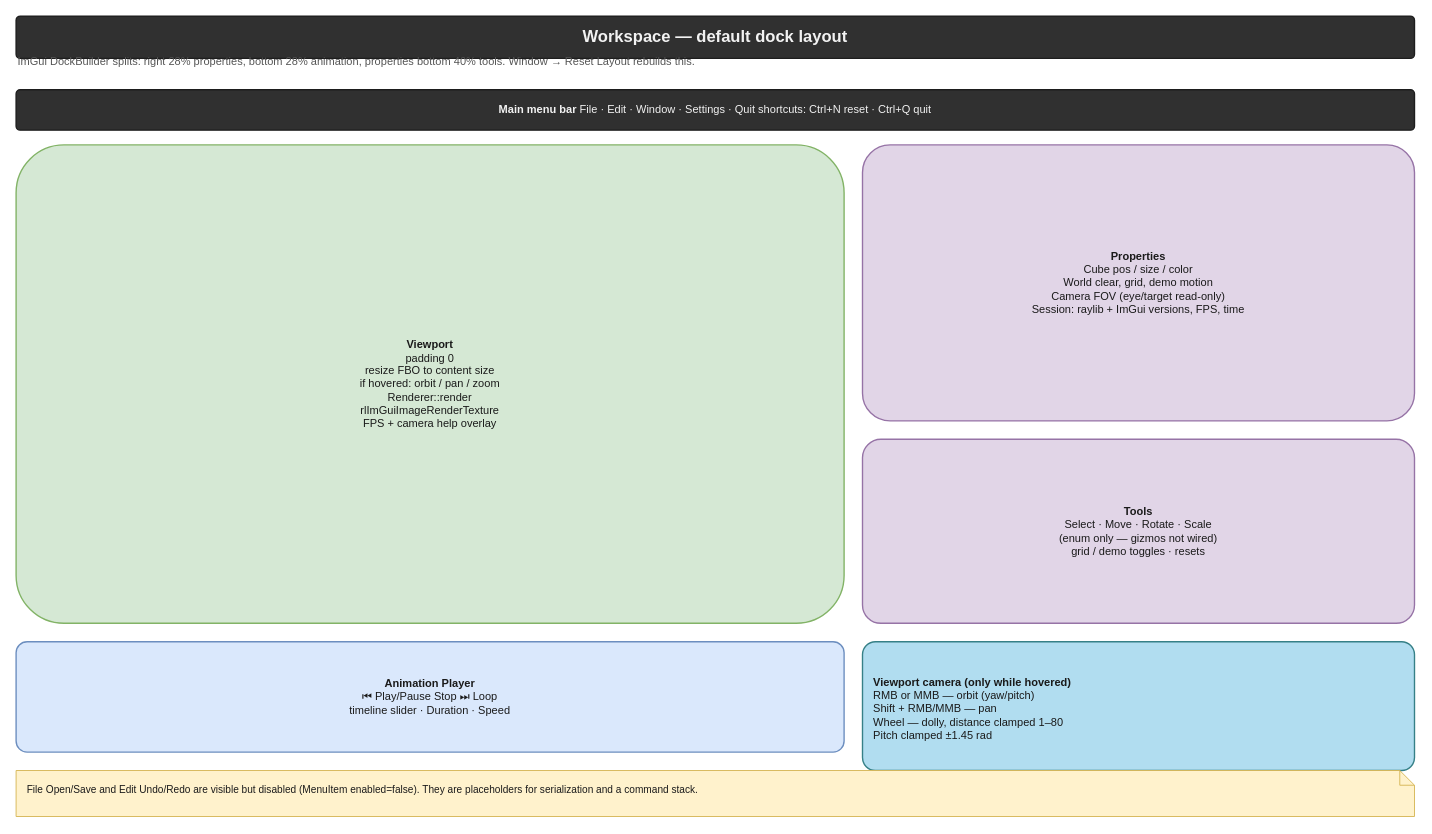
This is page "Workspace UI" (3 of 4) of docs/diagrams/02-runtime-loop.drawio from JCKawin/Open-PhysX, a draw.io file, before an edit. Source tidied: cells renumbered, new cells numbered last; positions are measured from the earlier drawing's top-left corner, leaving out a move shared by most shapes. Both pictures are drawn from the tidied source at 92%, with x=0, y=0 at pixel (16, 16).
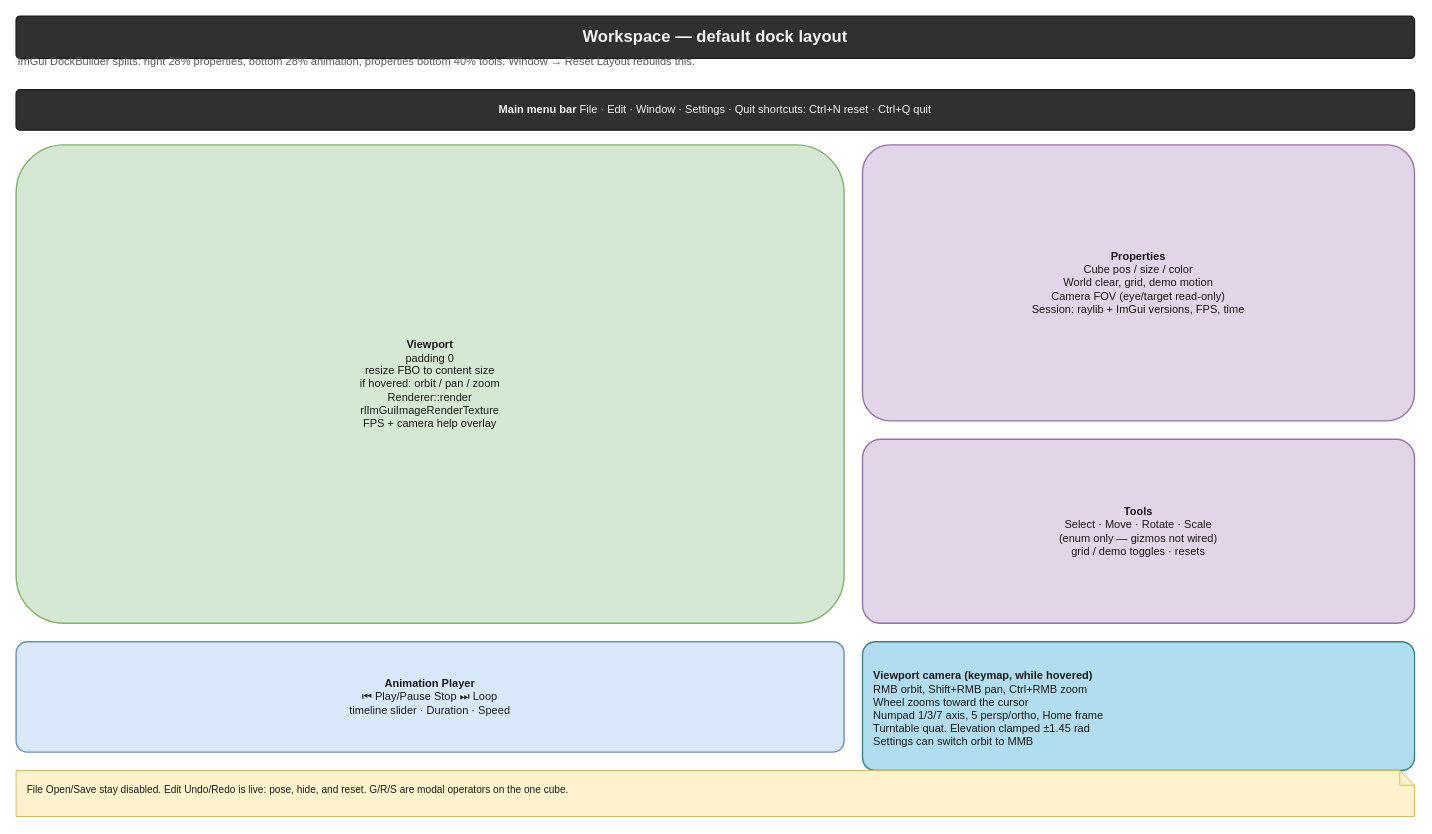
The same page after the edit.

Diff of the diagram source:
```diff
@@
 <mxGraphModel>
   <root>
     <mxCell id="0" />
     <mxCell id="1" parent="0" />
     <mxCell id="2" value="&lt;b&gt;Workspace — default dock layout&lt;/b&gt;" style="rounded=1;whiteSpace=wrap;html=1;align=center;verticalAlign=middle;fontFamily=Helvetica;fontSize=12;fontColor=#1A1A1A;strokeWidth=1.5;arcSize=10;fillColor=#303030;strokeColor=#1D1D1D;fontColor=#F2F2F2;fontSize=18;fontStyle=1;" parent="1" vertex="1">
       <mxGeometry width="1520" height="46" as="geometry" />
     </mxCell>
     <mxCell id="3" value="ImGui DockBuilder splits: right 28% properties, bottom 28% animation, properties bottom 40% tools. Window → Reset Layout rebuilds this." style="text;html=1;strokeColor=none;fillColor=none;align=left;verticalAlign=middle;fontFamily=Helvetica;fontSize=12;fontColor=#555555;" parent="1" vertex="1">
       <mxGeometry y="36" width="1520" height="28" as="geometry" />
     </mxCell>
     <mxCell id="4" value="&lt;b&gt;Main menu bar&lt;/b&gt;   File · Edit · Window · Settings · Quit     shortcuts: Ctrl+N reset · Ctrl+Q quit" style="rounded=1;whiteSpace=wrap;html=1;align=center;verticalAlign=middle;fontFamily=Helvetica;fontSize=12;fontColor=#1A1A1A;strokeWidth=1.5;arcSize=10;fillColor=#303030;strokeColor=#1D1D1D;fontColor=#F2F2F2;" parent="1" vertex="1">
       <mxGeometry y="80" width="1520" height="44" as="geometry" />
     </mxCell>
     <mxCell id="5" value="&lt;b&gt;Viewport&lt;/b&gt;&lt;br&gt;padding 0&lt;br&gt;resize FBO to content size&lt;br&gt;if hovered: orbit / pan / zoom&lt;br&gt;Renderer::render&lt;br&gt;rlImGuiImageRenderTexture&lt;br&gt;FPS + camera help overlay" style="rounded=1;whiteSpace=wrap;html=1;align=center;verticalAlign=middle;fontFamily=Helvetica;fontSize=12;fontColor=#1A1A1A;strokeWidth=1.5;arcSize=10;fillColor=#D5E8D4;strokeColor=#82B366;" parent="1" vertex="1">
       <mxGeometry y="140" width="900" height="520" as="geometry" />
     </mxCell>
     <mxCell id="6" value="&lt;b&gt;Properties&lt;/b&gt;&lt;br&gt;Cube pos / size / color&lt;br&gt;World clear, grid, demo motion&lt;br&gt;Camera FOV (eye/target read-only)&lt;br&gt;Session: raylib + ImGui versions, FPS, time" style="rounded=1;whiteSpace=wrap;html=1;align=center;verticalAlign=middle;fontFamily=Helvetica;fontSize=12;fontColor=#1A1A1A;strokeWidth=1.5;arcSize=10;fillColor=#E1D5E7;strokeColor=#9673A6;" parent="1" vertex="1">
       <mxGeometry x="920" y="140" width="600" height="300" as="geometry" />
     </mxCell>
     <mxCell id="7" value="&lt;b&gt;Tools&lt;/b&gt;&lt;br&gt;Select · Move · Rotate · Scale&lt;br&gt;(enum only — gizmos not wired)&lt;br&gt;grid / demo toggles · resets" style="rounded=1;whiteSpace=wrap;html=1;align=center;verticalAlign=middle;fontFamily=Helvetica;fontSize=12;fontColor=#1A1A1A;strokeWidth=1.5;arcSize=10;fillColor=#E1D5E7;strokeColor=#9673A6;" parent="1" vertex="1">
       <mxGeometry x="920" y="460" width="600" height="200" as="geometry" />
     </mxCell>
     <mxCell id="8" value="&lt;b&gt;Animation Player&lt;/b&gt;&lt;br&gt;⏮  Play/Pause  Stop  ⏭  Loop&lt;br&gt;timeline slider · Duration · Speed" style="rounded=1;whiteSpace=wrap;html=1;align=center;verticalAlign=middle;fontFamily=Helvetica;fontSize=12;fontColor=#1A1A1A;strokeWidth=1.5;arcSize=10;fillColor=#DAE8FC;strokeColor=#6C8EBF;" parent="1" vertex="1">
       <mxGeometry y="680" width="900" height="120" as="geometry" />
     </mxCell>
-    <mxCell id="9" value="&lt;b&gt;Viewport camera (only while hovered)&lt;/b&gt;&lt;br&gt;RMB or MMB — orbit (yaw/pitch)&lt;br&gt;Shift + RMB/MMB — pan&lt;br&gt;Wheel — dolly, distance clamped 1–80&lt;br&gt;Pitch clamped ±1.45 rad" style="rounded=1;whiteSpace=wrap;html=1;align=center;verticalAlign=middle;fontFamily=Helvetica;fontSize=12;fontColor=#1A1A1A;strokeWidth=1.5;arcSize=10;fillColor=#B1DDF0;strokeColor=#368087;align=left;spacingLeft=10;spacingRight=8;spacingTop=6;" parent="1" vertex="1">
+    <mxCell id="9" value="&lt;b&gt;Viewport camera (keymap, while hovered)&lt;/b&gt;&lt;br&gt;RMB orbit, Shift+RMB pan, Ctrl+RMB zoom&lt;br&gt;Wheel zooms toward the cursor&lt;br&gt;Numpad 1/3/7 axis, 5 persp/ortho, Home frame&lt;br&gt;Turntable quat. Elevation clamped ±1.45 rad&lt;br&gt;Settings can switch orbit to MMB" style="rounded=1;whiteSpace=wrap;html=1;align=center;verticalAlign=middle;fontFamily=Helvetica;fontSize=12;fontColor=#1A1A1A;strokeWidth=1.5;arcSize=10;fillColor=#B1DDF0;strokeColor=#368087;align=left;spacingLeft=10;spacingRight=8;spacingTop=6;" parent="1" vertex="1">
       <mxGeometry x="920" y="680" width="600" height="140" as="geometry" />
     </mxCell>
-    <mxCell id="10" value="File Open/Save and Edit Undo/Redo are visible but disabled (MenuItem enabled=false). They are placeholders for serialization and a command stack." style="shape=note;whiteSpace=wrap;html=1;size=16;align=left;verticalAlign=top;spacingLeft=10;spacingTop=8;spacingRight=8;fontSize=11;fontFamily=Helvetica;fillColor=#FFF2CC;strokeColor=#D6B656;fontColor=#1A1A1A;" parent="1" vertex="1">
+    <mxCell id="10" value="File Open/Save stay disabled. Edit Undo/Redo is live: pose, hide, and reset. G/R/S are modal operators on the one cube." style="shape=note;whiteSpace=wrap;html=1;size=16;align=left;verticalAlign=top;spacingLeft=10;spacingTop=8;spacingRight=8;fontSize=11;fontFamily=Helvetica;fillColor=#FFF2CC;strokeColor=#D6B656;fontColor=#1A1A1A;" parent="1" vertex="1">
       <mxGeometry y="820" width="1520" height="50" as="geometry" />
     </mxCell>
   </root>
 </mxGraphModel>
```
